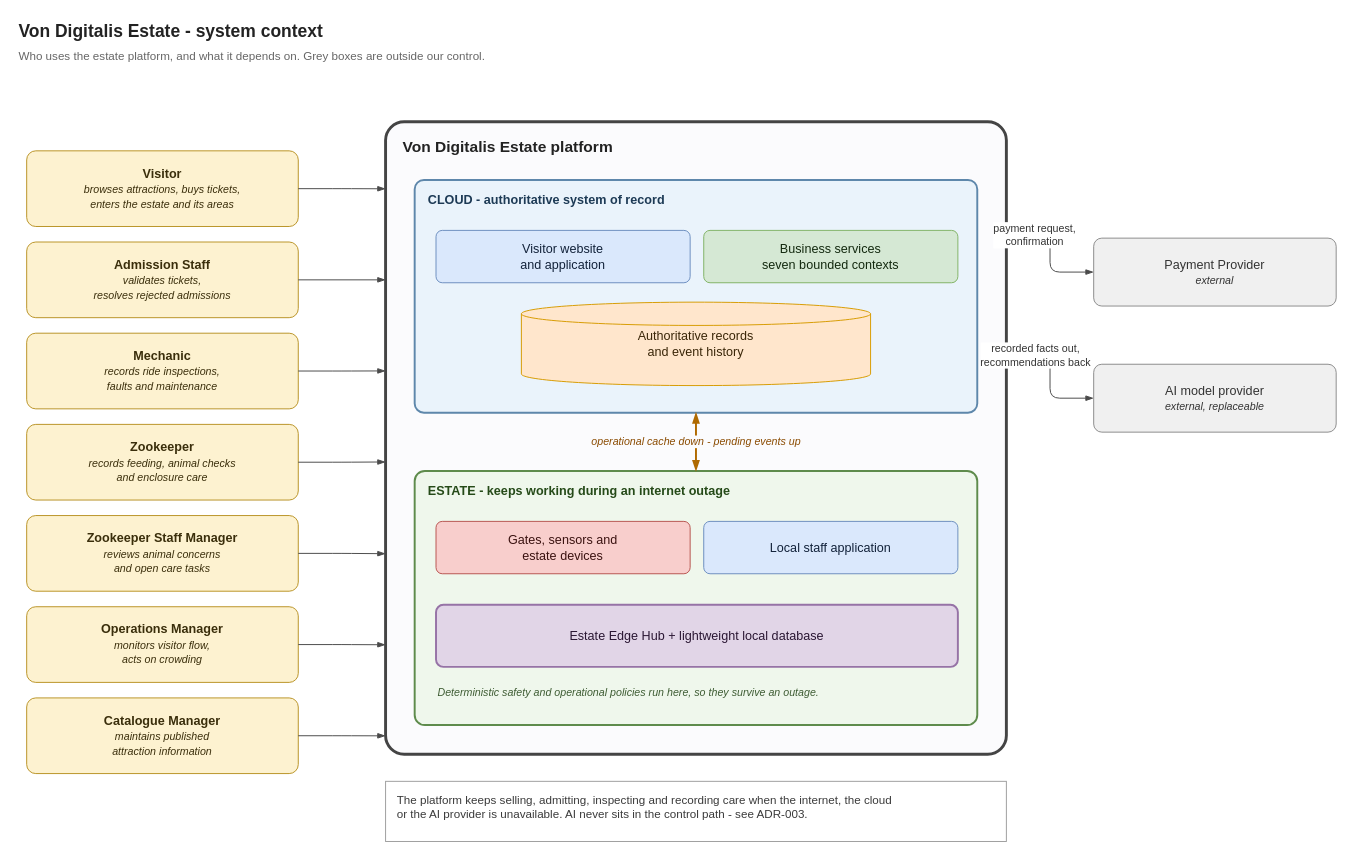
malloc37/ByteDojoArchiKata2026 keeps this draw.io diagram as diagrams/context-estate.drawio. Above is the earlier version. Source tidied: cells renumbered, new cells numbered last; positions are measured from the earlier drawing's top-left corner, leaving out a move shared by most shapes. Both pictures are drawn from the tidied source at 97%, with x=0, y=0 at pixel (16, 16).
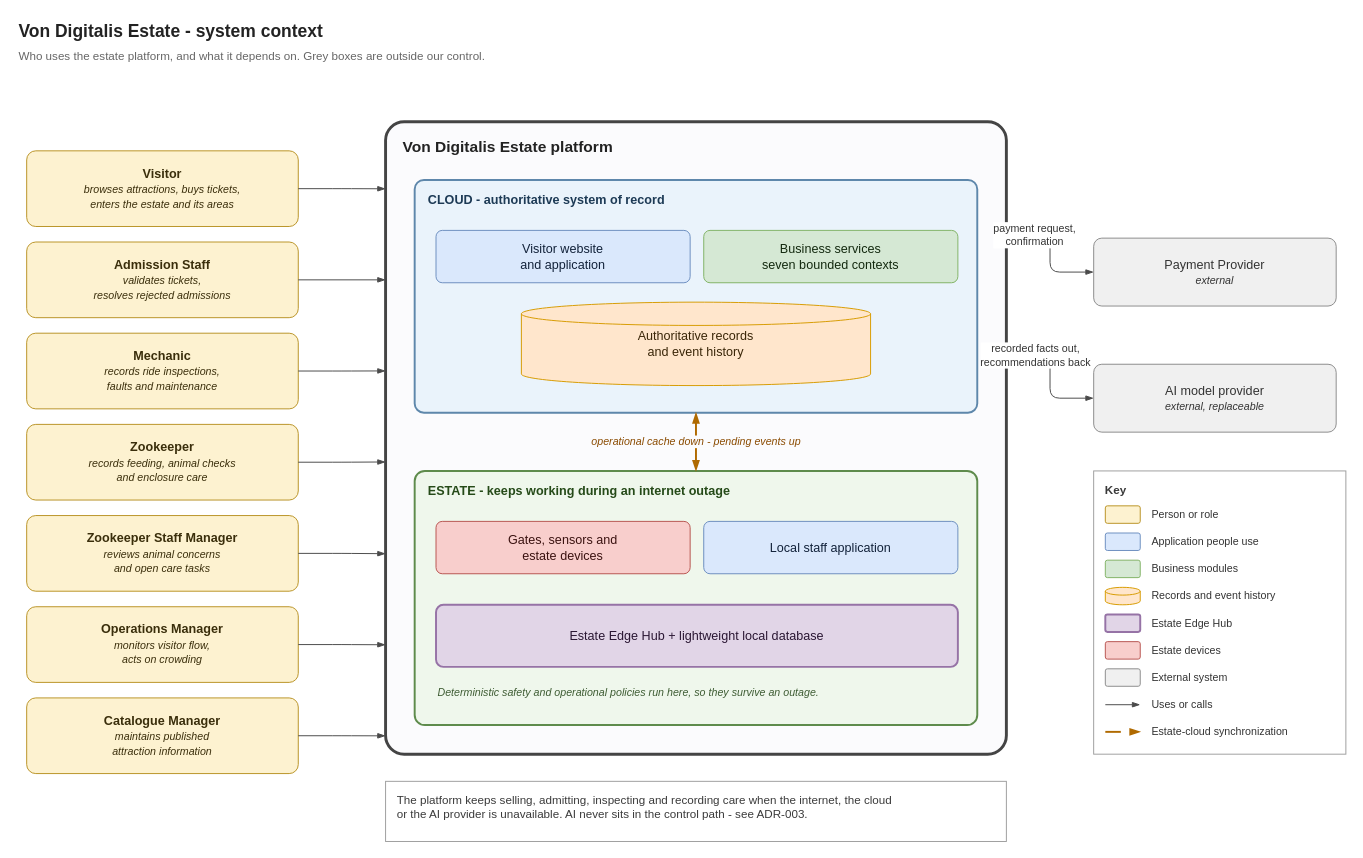
The same diagram, later.

The edit, as a diff of the source:
```diff
@@
+    <mxCell id="34" value="Key" style="rounded=0;whiteSpace=wrap;html=1;fillColor=#FFFFFF;strokeColor=#9E9E9E;fontColor=#3A3A3A;align=left;verticalAlign=top;fontSize=12;fontStyle=1;spacingLeft=10;spacingTop=6;" parent="1" vertex="1">
+      <mxGeometry x="1110" y="468" width="260" height="292" as="geometry" />
+    </mxCell>
+    <mxCell id="35" style="rounded=1;whiteSpace=wrap;html=1;arcSize=12;fillColor=#FDF2D0;strokeColor=#B99326;" parent="1" vertex="1">
+      <mxGeometry x="1122" y="504" width="36" height="18" as="geometry" />
+    </mxCell>
+    <mxCell id="36" value="Person or role" style="text;html=1;align=left;verticalAlign=middle;fontSize=11;fontColor=#333333;whiteSpace=wrap;" parent="1" vertex="1">
+      <mxGeometry x="1168" y="500" width="186" height="26" as="geometry" />
+    </mxCell>
+    <mxCell id="37" style="rounded=1;whiteSpace=wrap;html=1;arcSize=12;fillColor=#DAE8FC;strokeColor=#6C8EBF;" parent="1" vertex="1">
+      <mxGeometry x="1122" y="532" width="36" height="18" as="geometry" />
+    </mxCell>
+    <mxCell id="38" value="Application people use" style="text;html=1;align=left;verticalAlign=middle;fontSize=11;fontColor=#333333;whiteSpace=wrap;" parent="1" vertex="1">
+      <mxGeometry x="1168" y="528" width="186" height="26" as="geometry" />
+    </mxCell>
+    <mxCell id="39" style="rounded=1;whiteSpace=wrap;html=1;arcSize=12;fillColor=#D5E8D4;strokeColor=#82B366;" parent="1" vertex="1">
+      <mxGeometry x="1122" y="560" width="36" height="18" as="geometry" />
+    </mxCell>
+    <mxCell id="40" value="Business modules" style="text;html=1;align=left;verticalAlign=middle;fontSize=11;fontColor=#333333;whiteSpace=wrap;" parent="1" vertex="1">
+      <mxGeometry x="1168" y="556" width="186" height="26" as="geometry" />
+    </mxCell>
+    <mxCell id="41" style="shape=cylinder3;boundedShape=1;whiteSpace=wrap;html=1;fillColor=#FFE6CC;strokeColor=#D79B00;size=4;" parent="1" vertex="1">
+      <mxGeometry x="1122" y="588" width="36" height="18" as="geometry" />
+    </mxCell>
+    <mxCell id="42" value="Records and event history" style="text;html=1;align=left;verticalAlign=middle;fontSize=11;fontColor=#333333;whiteSpace=wrap;" parent="1" vertex="1">
+      <mxGeometry x="1168" y="584" width="186" height="26" as="geometry" />
+    </mxCell>
+    <mxCell id="43" style="rounded=1;whiteSpace=wrap;html=1;arcSize=12;fillColor=#E1D5E7;strokeColor=#9673A6;strokeWidth=2;" parent="1" vertex="1">
+      <mxGeometry x="1122" y="616" width="36" height="18" as="geometry" />
+    </mxCell>
+    <mxCell id="44" value="Estate Edge Hub" style="text;html=1;align=left;verticalAlign=middle;fontSize=11;fontColor=#333333;whiteSpace=wrap;" parent="1" vertex="1">
+      <mxGeometry x="1168" y="612" width="186" height="26" as="geometry" />
+    </mxCell>
+    <mxCell id="45" style="rounded=1;whiteSpace=wrap;html=1;arcSize=12;fillColor=#F8CECC;strokeColor=#B85450;" parent="1" vertex="1">
+      <mxGeometry x="1122" y="644" width="36" height="18" as="geometry" />
+    </mxCell>
+    <mxCell id="46" value="Estate devices" style="text;html=1;align=left;verticalAlign=middle;fontSize=11;fontColor=#333333;whiteSpace=wrap;" parent="1" vertex="1">
+      <mxGeometry x="1168" y="640" width="186" height="26" as="geometry" />
+    </mxCell>
+    <mxCell id="47" style="rounded=1;whiteSpace=wrap;html=1;arcSize=12;fillColor=#F0F0F0;strokeColor=#8C8C8C;" parent="1" vertex="1">
+      <mxGeometry x="1122" y="672" width="36" height="18" as="geometry" />
+    </mxCell>
+    <mxCell id="48" value="External system" style="text;html=1;align=left;verticalAlign=middle;fontSize=11;fontColor=#333333;whiteSpace=wrap;" parent="1" vertex="1">
+      <mxGeometry x="1168" y="668" width="186" height="26" as="geometry" />
+    </mxCell>
+    <mxCell id="49" style="html=1;endArrow=blockThin;endFill=1;strokeColor=#4A4A4A;" parent="1" edge="1">
+      <mxGeometry relative="1" as="geometry">
+        <mxPoint x="1122" y="709" as="sourcePoint" />
+        <mxPoint x="1158" y="709" as="targetPoint" />
+      </mxGeometry>
+    </mxCell>
+    <mxCell id="50" value="Uses or calls" style="text;html=1;align=left;verticalAlign=middle;fontSize=11;fontColor=#333333;whiteSpace=wrap;" parent="1" vertex="1">
+      <mxGeometry x="1168" y="696" width="186" height="26" as="geometry" />
+    </mxCell>
+    <mxCell id="51" style="html=1;endArrow=blockThin;endFill=1;strokeColor=#B06A00;strokeWidth=2;dashed=1;dashPattern=8 5;" parent="1" edge="1">
+      <mxGeometry relative="1" as="geometry">
+        <mxPoint x="1122" y="737" as="sourcePoint" />
+        <mxPoint x="1158" y="737" as="targetPoint" />
+      </mxGeometry>
+    </mxCell>
+    <mxCell id="52" value="Estate-cloud synchronization" style="text;html=1;align=left;verticalAlign=middle;fontSize=11;fontColor=#333333;whiteSpace=wrap;" parent="1" vertex="1">
+      <mxGeometry x="1168" y="724" width="186" height="26" as="geometry" />
+    </mxCell>
```
